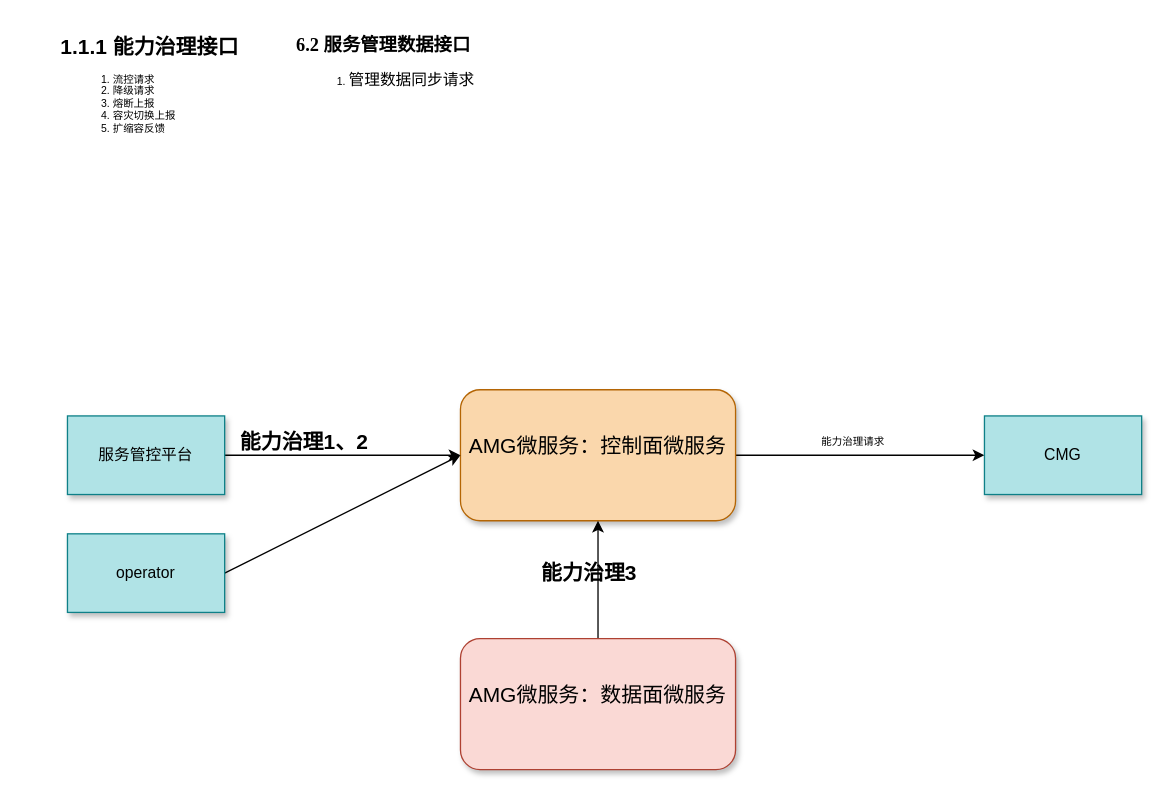
Above: page "Page-2" (2 of 4) of Untitled Diagram.drawio in qymmdj/draw-io (draw.io), before the change. Source tidied: cells renumbered, new cells numbered last; positions are measured from the earlier drawing's top-left corner, leaving out a move shared by most shapes. Both pictures are drawn from the tidied source at 131%, with x=0, y=0 at pixel (54, 35).
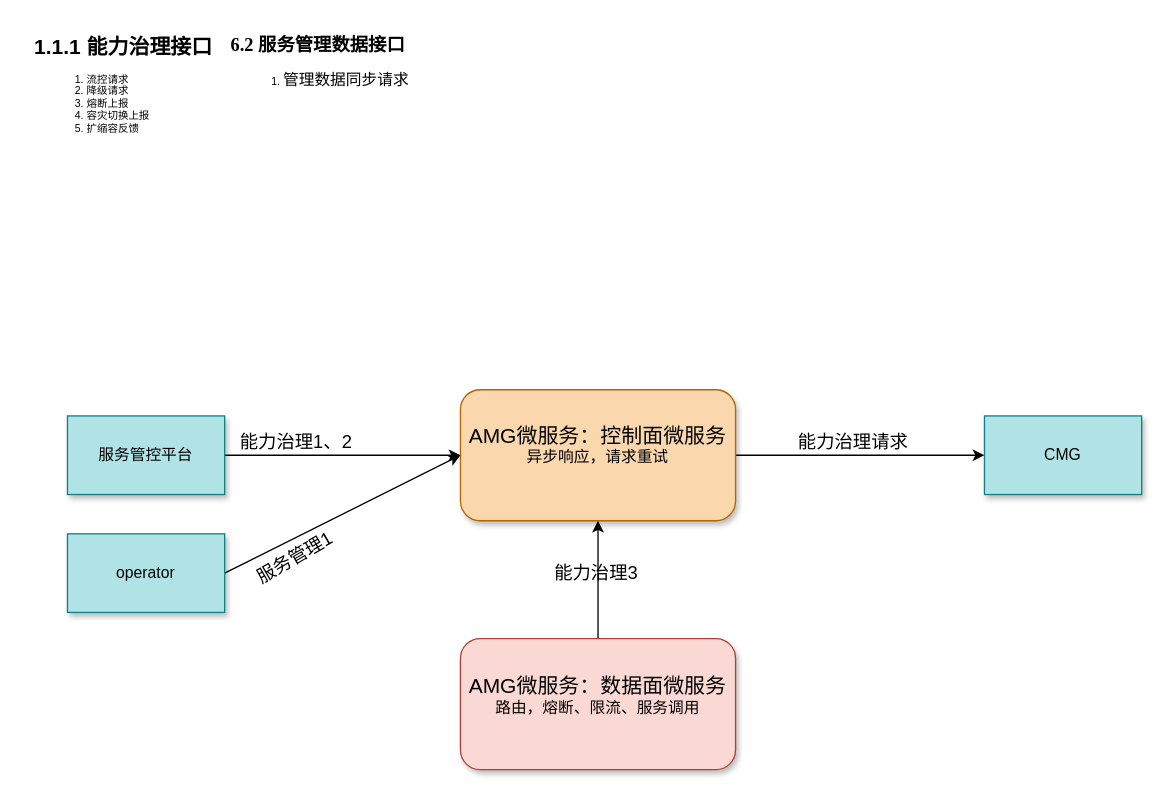
The same diagram, later.

What changed in the source:
```diff
@@
 <mxGraphModel>
   <root>
     <mxCell id="0" />
     <mxCell id="1" parent="0" />
     <mxCell id="2" style="edgeStyle=orthogonalEdgeStyle;rounded=0;jettySize=auto;html=1;fontFamily=Helvetica;fontSize=8;" parent="1" edge="1" source="3" target="7">
       <mxGeometry relative="1" as="geometry" />
     </mxCell>
-    <mxCell id="3" value="&lt;font style=&quot;font-size: 16px&quot;&gt;AMG微服务：控制面微服务&lt;/font&gt;&lt;br&gt;&lt;div style=&quot;text-align: left&quot;&gt;&lt;br&gt;&lt;/div&gt;" style="rounded=1;whiteSpace=wrap;html=1;shadow=1;fillColor=#fad7ac;strokeColor=#b46504;" parent="1" vertex="1">
+    <mxCell id="3" value="&lt;font style=&quot;font-size: 16px&quot;&gt;AMG微服务：控制面微服务&lt;br&gt;&lt;/font&gt;&lt;font face=&quot;Courier New&quot;&gt;异步响应，请求重试&lt;/font&gt;&lt;br&gt;&lt;div style=&quot;text-align: left&quot;&gt;&lt;br&gt;&lt;/div&gt;" style="rounded=1;whiteSpace=wrap;html=1;shadow=1;fillColor=#fad7ac;strokeColor=#b46504;" parent="1" vertex="1">
       <mxGeometry x="310" y="270" width="210" height="100" as="geometry" />
     </mxCell>
     <mxCell id="4" style="edgeStyle=orthogonalEdgeStyle;rounded=0;jettySize=auto;html=1;exitX=1;exitY=0.5;exitDx=0;exitDy=0;entryX=0;entryY=0.5;entryDx=0;entryDy=0;" parent="1" edge="1" source="5" target="3">
       <mxGeometry relative="1" as="geometry" />
     </mxCell>
     <mxCell id="5" value="服务管控平台" style="rounded=0;whiteSpace=wrap;html=1;shadow=1;fillColor=#b0e3e6;strokeColor=#0e8088;" parent="1" vertex="1">
       <mxGeometry x="10" y="290" width="120" height="60" as="geometry" />
     </mxCell>
-    <mxCell id="6" value="&lt;h3&gt;&lt;span style=&quot;font-size: 16px&quot;&gt;能力治理1、2&lt;/span&gt;&lt;/h3&gt;" style="text;html=1;strokeColor=none;fillColor=none;align=left;verticalAlign=middle;whiteSpace=wrap;rounded=0;shadow=1;fontSize=8;fontFamily=Helvetica;" parent="1" vertex="1">
+    <mxCell id="6" value="&lt;h3&gt;&lt;font style=&quot;font-size: 14px ; font-weight: normal&quot;&gt;能力治理1、2&lt;/font&gt;&lt;/h3&gt;" style="text;html=1;strokeColor=none;fillColor=none;align=left;verticalAlign=middle;whiteSpace=wrap;rounded=0;shadow=1;fontSize=8;fontFamily=Helvetica;" parent="1" vertex="1">
       <mxGeometry x="140" y="300" width="220" height="20" as="geometry" />
     </mxCell>
     <mxCell id="7" value="CMG" style="rounded=0;whiteSpace=wrap;html=1;shadow=1;fillColor=#b0e3e6;strokeColor=#0e8088;" parent="1" vertex="1">
       <mxGeometry x="710" y="290" width="120" height="60" as="geometry" />
     </mxCell>
-    <mxCell id="8" value="能力治理请求" style="text;html=1;strokeColor=none;fillColor=none;align=center;verticalAlign=middle;whiteSpace=wrap;rounded=0;shadow=1;fontSize=8;fontFamily=Helvetica;" parent="1" vertex="1">
+    <mxCell id="8" value="&lt;font style=&quot;font-size: 14px&quot;&gt;能力治理请求&lt;/font&gt;" style="text;html=1;strokeColor=none;fillColor=none;align=center;verticalAlign=middle;whiteSpace=wrap;rounded=0;shadow=1;fontSize=8;fontFamily=Helvetica;" parent="1" vertex="1">
       <mxGeometry x="500" y="300" width="220" height="20" as="geometry" />
     </mxCell>
     <mxCell id="9" style="rounded=0;jettySize=auto;html=1;exitX=1;exitY=0.5;exitDx=0;exitDy=0;fontFamily=Helvetica;fontSize=8;" parent="1" edge="1" source="10">
       <mxGeometry relative="1" as="geometry">
         <mxPoint x="310" y="320" as="targetPoint" />
       </mxGeometry>
     </mxCell>
     <mxCell id="10" value="operator" style="rounded=0;whiteSpace=wrap;html=1;shadow=1;fillColor=#b0e3e6;strokeColor=#0e8088;" parent="1" vertex="1">
       <mxGeometry x="10" y="380" width="120" height="60" as="geometry" />
     </mxCell>
     <mxCell id="11" value="&lt;h3&gt;&lt;span style=&quot;font-size: 12.0000pt&quot;&gt;1.1.1&amp;nbsp;&lt;/span&gt;&lt;b&gt;&lt;span style=&quot;font-size: 12.0000pt&quot;&gt;能力治理&lt;/span&gt;&lt;/b&gt;&lt;b&gt;&lt;span style=&quot;font-family: &amp;#34;times new roman&amp;#34; ; font-size: 12.0000pt&quot;&gt;&lt;font face=&quot;宋体&quot;&gt;接口&lt;/font&gt;&lt;/span&gt;&lt;/b&gt;&lt;b&gt;&lt;span style=&quot;font-family: &amp;#34;times new roman&amp;#34; ; font-size: 10.5000pt&quot;&gt;&lt;/span&gt;&lt;/b&gt;&lt;/h3&gt;&lt;p&gt;&lt;/p&gt;&lt;ol&gt;&lt;li&gt;&lt;span&gt;流控请求&lt;/span&gt;&lt;/li&gt;&lt;li&gt;&lt;span&gt;降级请求&lt;/span&gt;&lt;/li&gt;&lt;li&gt;&lt;span&gt;熔断上报&lt;/span&gt;&lt;/li&gt;&lt;li&gt;&lt;span&gt;容灾切换上报&lt;/span&gt;&lt;/li&gt;&lt;li&gt;&lt;span&gt;扩缩容反馈&lt;/span&gt;&lt;/li&gt;&lt;/ol&gt;&lt;p&gt;&lt;/p&gt;" style="text;html=1;strokeColor=none;fillColor=none;spacing=5;spacingTop=-20;whiteSpace=wrap;overflow=hidden;rounded=0;shadow=1;fontFamily=Helvetica;fontSize=8;align=left;" parent="1" vertex="1">
-      <mxGeometry width="180" height="110" as="geometry" />
+      <mxGeometry x="-20" width="160" height="110" as="geometry" />
     </mxCell>
     <mxCell id="12" style="edgeStyle=none;rounded=0;jettySize=auto;html=1;fontFamily=Helvetica;fontSize=8;" parent="1" edge="1" source="13" target="3">
       <mxGeometry relative="1" as="geometry" />
     </mxCell>
-    <mxCell id="13" value="&lt;font style=&quot;font-size: 16px&quot;&gt;AMG微服务：数据面微服务&lt;/font&gt;&lt;br&gt;&lt;div style=&quot;text-align: left&quot;&gt;&lt;br&gt;&lt;/div&gt;" style="rounded=1;whiteSpace=wrap;html=1;shadow=1;fillColor=#fad9d5;strokeColor=#ae4132;" parent="1" vertex="1">
+    <mxCell id="13" value="&lt;font style=&quot;font-size: 16px&quot;&gt;AMG微服务：数据面微服务&lt;br&gt;&lt;/font&gt;路由，熔断、限流、服务调用&lt;br&gt;&lt;div style=&quot;text-align: left&quot;&gt;&lt;br&gt;&lt;/div&gt;" style="rounded=1;whiteSpace=wrap;html=1;shadow=1;fillColor=#fad9d5;strokeColor=#ae4132;" parent="1" vertex="1">
       <mxGeometry x="310" y="460" width="210" height="100" as="geometry" />
     </mxCell>
-    <mxCell id="14" value="&lt;h3&gt;&lt;span style=&quot;font-size: 16px&quot;&gt;能力治理3&lt;/span&gt;&lt;/h3&gt;" style="text;html=1;strokeColor=none;fillColor=none;align=left;verticalAlign=middle;whiteSpace=wrap;rounded=0;shadow=1;fontSize=8;fontFamily=Helvetica;" parent="1" vertex="1">
-      <mxGeometry x="370" y="400" width="220" height="20" as="geometry" />
+    <mxCell id="14" value="&lt;h3&gt;&lt;font style=&quot;font-size: 14px ; font-weight: normal&quot;&gt;能力治理3&lt;/font&gt;&lt;/h3&gt;" style="text;html=1;strokeColor=none;fillColor=none;align=left;verticalAlign=middle;whiteSpace=wrap;rounded=0;shadow=1;fontSize=8;fontFamily=Helvetica;" parent="1" vertex="1">
+      <mxGeometry x="380" y="400" width="80" height="20" as="geometry" />
     </mxCell>
     <mxCell id="15" value="&lt;h3&gt;&lt;span style=&quot;font-family: &amp;#34;times new roman&amp;#34; ; font-size: 10.5000pt&quot;&gt;6.2&amp;nbsp;&lt;/span&gt;&lt;b&gt;&lt;span style=&quot;font-family: &amp;#34;times new roman&amp;#34; ; font-size: 10.5000pt&quot;&gt;&lt;font face=&quot;黑体&quot;&gt;服务管理数据&lt;/font&gt;&lt;/span&gt;&lt;/b&gt;&lt;b&gt;&lt;span style=&quot;font-size: 10.5000pt&quot;&gt;接口&lt;/span&gt;&lt;/b&gt;&lt;/h3&gt;&lt;div&gt;&lt;ol&gt;&lt;li&gt;&lt;font style=&quot;font-size: 12px&quot;&gt;管理数据同步请求&lt;/font&gt;&lt;/li&gt;&lt;/ol&gt;&lt;/div&gt;&lt;p&gt;&lt;/p&gt;" style="text;html=1;strokeColor=none;fillColor=none;spacing=5;spacingTop=-20;whiteSpace=wrap;overflow=hidden;rounded=0;shadow=1;fontFamily=Helvetica;fontSize=8;align=left;" parent="1" vertex="1">
-      <mxGeometry x="180" width="180" height="110" as="geometry" />
+      <mxGeometry x="130" width="180" height="110" as="geometry" />
     </mxCell>
+    <mxCell id="16" value="&lt;h3&gt;&lt;span style=&quot;font-size: 10.5pt ; font-weight: normal&quot;&gt;&lt;font&gt;服务管理1&lt;/font&gt;&lt;/span&gt;&lt;/h3&gt;" style="text;html=1;strokeColor=none;fillColor=none;align=left;verticalAlign=middle;whiteSpace=wrap;rounded=0;shadow=1;fontSize=8;fontFamily=Helvetica;rotation=-30;" parent="1" vertex="1">
+      <mxGeometry x="140" y="350" width="220" height="20" as="geometry" />
+    </mxCell>
   </root>
 </mxGraphModel>
```
